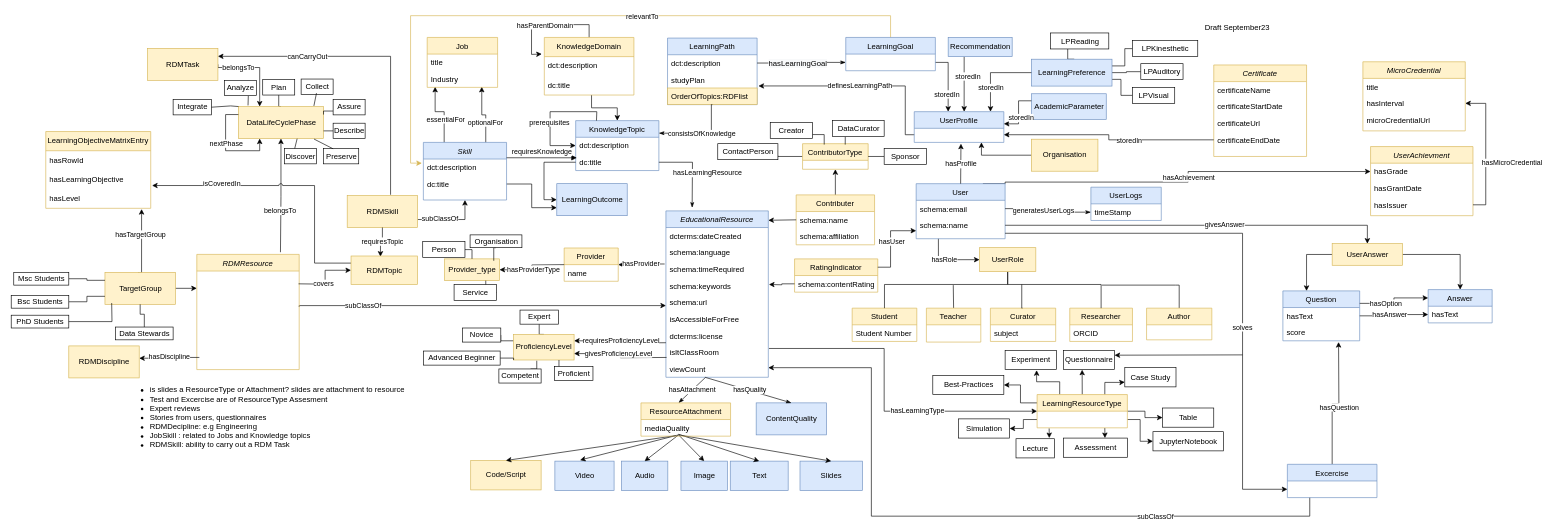
Earlier version of the draw.io diagram visualisations/Draft6Sept23.drawio (data-literacy-alliance/dalia-ontology). Source tidied: cells renumbered, new cells numbered last; positions are measured from the earlier drawing's top-left corner, leaving out a move shared by most shapes. Both pictures are drawn from the tidied source at 64%, with x=0, y=0 at pixel (11, 15).
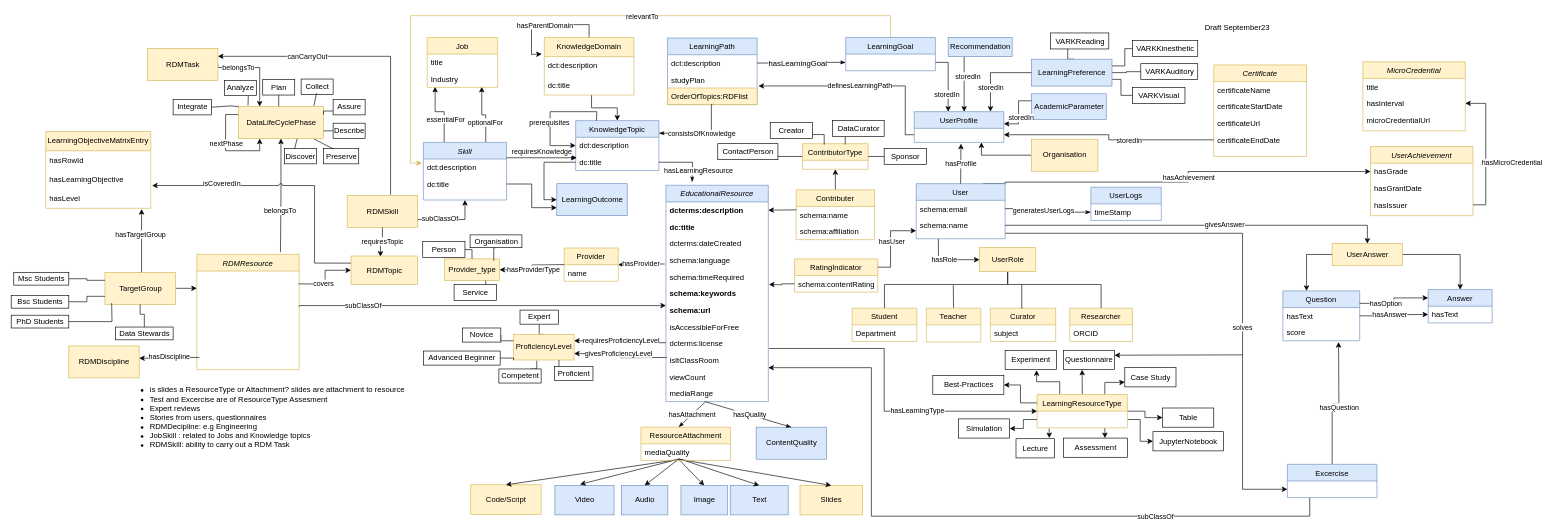
The same diagram, later.

Unchanged cells that the change refers to:
```xml
<mxCell id="12" value="Student" style="swimlane;fontStyle=0;align=center;verticalAlign=top;horizontal=1;startSize=26;rounded=0;shadow=0;strokeWidth=1;fillColor=#fff2cc;strokeColor=#d6b656;" parent="1" vertex="1">
  <mxGeometry x="1314" y="457" width="101" height="52" as="geometry" />
</mxCell>
<mxCell id="39" value="schema:name" style="text;strokeColor=none;fillColor=none;align=left;verticalAlign=top;spacingLeft=4;spacingRight=4;overflow=hidden;points=[[0,0.5],[1,0.5]];portConstraint=eastwest;" parent="38" vertex="1">
  <mxGeometry y="26" width="122.5" height="26" as="geometry" />
</mxCell>
<mxCell id="58" value="dc:title" style="text;strokeColor=none;fillColor=none;align=left;verticalAlign=top;spacingLeft=4;spacingRight=4;overflow=hidden;points=[[0,0.5],[1,0.5]];portConstraint=eastwest;" parent="56" vertex="1">
  <mxGeometry y="52" width="130" height="26" as="geometry" />
</mxCell>
```

Diff of the diagram source:
```diff
@@
-    <mxCell id="13" value="Student Number" style="text;align=left;verticalAlign=top;spacingLeft=4;spacingRight=4;overflow=hidden;" parent="12" vertex="1">
+    <mxCell id="13" value="Department" style="text;align=left;verticalAlign=top;spacingLeft=4;spacingRight=4;overflow=hidden;" parent="12" vertex="1">
       <mxGeometry y="26" width="101" height="26" as="geometry" />
     </mxCell>
@@
     <mxCell id="27" value="EducationalResource" style="swimlane;fontStyle=2;align=center;verticalAlign=top;horizontal=1;startSize=26;rounded=0;shadow=0;strokeWidth=1;fillColor=#dae8fc;strokeColor=#6c8ebf;" parent="1" vertex="1">
-      <mxGeometry x="1023" y="305" width="160" height="260" as="geometry" />
+      <mxGeometry x="1023" y="265" width="160" height="338" as="geometry" />
     </mxCell>
+    <mxCell id="285" value="dcterms:description" style="text;align=left;verticalAlign=top;spacingLeft=4;spacingRight=4;overflow=hidden;points=[[0,0.5],[1,0.5]];portConstraint=eastwest;rounded=0;shadow=0;html=0;fontStyle=1;" parent="27" vertex="1">
+      <mxGeometry y="26" width="160" height="26" as="geometry" />
+    </mxCell>
+    <mxCell id="286" value="dc:title" style="text;align=left;verticalAlign=top;spacingLeft=4;spacingRight=4;overflow=hidden;rounded=0;shadow=0;html=0;fontStyle=1;" parent="27" vertex="1">
+      <mxGeometry y="52" width="160" height="26" as="geometry" />
+    </mxCell>
     <mxCell id="28" value="dcterms:dateCreated" style="text;align=left;verticalAlign=top;spacingLeft=4;spacingRight=4;overflow=hidden;rounded=0;shadow=0;html=0;" parent="27" vertex="1">
-      <mxGeometry y="26" width="160" height="26" as="geometry" />
+      <mxGeometry y="78" width="160" height="26" as="geometry" />
     </mxCell>
     <mxCell id="29" value="schema:language" style="text;align=left;verticalAlign=top;spacingLeft=4;spacingRight=4;overflow=hidden;rounded=0;shadow=0;html=0;" parent="27" vertex="1">
-      <mxGeometry y="52" width="160" height="26" as="geometry" />
+      <mxGeometry y="104" width="160" height="26" as="geometry" />
     </mxCell>
     <mxCell id="30" value="schema:timeRequired" style="text;align=left;verticalAlign=top;spacingLeft=4;spacingRight=4;overflow=hidden;rounded=0;shadow=0;html=0;" parent="27" vertex="1">
-      <mxGeometry y="78" width="160" height="26" as="geometry" />
+      <mxGeometry y="130" width="160" height="26" as="geometry" />
     </mxCell>
-    <mxCell id="31" value="schema:keywords" style="text;align=left;verticalAlign=top;spacingLeft=4;spacingRight=4;overflow=hidden;rounded=0;shadow=0;html=0;" parent="27" vertex="1">
-      <mxGeometry y="104" width="160" height="26" as="geometry" />
+    <mxCell id="31" value="schema:keywords" style="text;align=left;verticalAlign=top;spacingLeft=4;spacingRight=4;overflow=hidden;rounded=0;shadow=0;html=0;fontStyle=1;" parent="27" vertex="1">
+      <mxGeometry y="156" width="160" height="26" as="geometry" />
     </mxCell>
-    <mxCell id="32" value="schema:url" style="text;align=left;verticalAlign=top;spacingLeft=4;spacingRight=4;overflow=hidden;rounded=0;shadow=0;html=0;" parent="27" vertex="1">
-      <mxGeometry y="130" width="160" height="26" as="geometry" />
+    <mxCell id="32" value="schema:url" style="text;align=left;verticalAlign=top;spacingLeft=4;spacingRight=4;overflow=hidden;rounded=0;shadow=0;html=0;fontStyle=1;" parent="27" vertex="1">
+      <mxGeometry y="182" width="160" height="26" as="geometry" />
     </mxCell>
     <mxCell id="33" value="isAccessibleForFree" style="text;align=left;verticalAlign=top;spacingLeft=4;spacingRight=4;overflow=hidden;rounded=0;shadow=0;html=0;" parent="27" vertex="1">
-      <mxGeometry y="156" width="160" height="26" as="geometry" />
+      <mxGeometry y="208" width="160" height="26" as="geometry" />
     </mxCell>
     <mxCell id="34" value="dcterms:license" style="text;align=left;verticalAlign=top;spacingLeft=4;spacingRight=4;overflow=hidden;rounded=0;shadow=0;html=0;" parent="27" vertex="1">
-      <mxGeometry y="182" width="160" height="26" as="geometry" />
+      <mxGeometry y="234" width="160" height="26" as="geometry" />
     </mxCell>
     <mxCell id="35" value="isItClassRoom" style="text;align=left;verticalAlign=top;spacingLeft=4;spacingRight=4;overflow=hidden;rounded=0;shadow=0;html=0;" parent="27" vertex="1">
-      <mxGeometry y="208" width="160" height="26" as="geometry" />
+      <mxGeometry y="260" width="160" height="26" as="geometry" />
     </mxCell>
     <mxCell id="36" value="viewCount" style="text;align=left;verticalAlign=top;spacingLeft=4;spacingRight=4;overflow=hidden;rounded=0;shadow=0;html=0;" parent="27" vertex="1">
-      <mxGeometry y="234" width="160" height="26" as="geometry" />
+      <mxGeometry y="286" width="160" height="26" as="geometry" />
     </mxCell>
+    <mxCell id="287" value="mediaRange" style="text;align=left;verticalAlign=top;spacingLeft=4;spacingRight=4;overflow=hidden;rounded=0;shadow=0;html=0;" parent="27" vertex="1">
+      <mxGeometry y="312" width="160" height="26" as="geometry" />
+    </mxCell>
@@
     <mxCell id="38" value="Contributer" style="swimlane;fontStyle=0;horizontal=1;startSize=26;fillColor=#fff2cc;strokeColor=#d6b656;" parent="1" vertex="1">
-      <mxGeometry x="1226.5" y="280" width="122.5" height="78" as="geometry" />
+      <mxGeometry x="1226.5" y="272" width="122.5" height="78" as="geometry" />
     </mxCell>
@@
     <mxCell id="41" value="Video" style="html=1;fillColor=#dae8fc;strokeColor=#6c8ebf;" parent="1" vertex="1">
-      <mxGeometry x="849.5" y="696" width="92.5" height="46" as="geometry" />
+      <mxGeometry x="849.5" y="734" width="92.5" height="46" as="geometry" />
     </mxCell>
     <mxCell id="42" value="Audio" style="html=1;fillColor=#dae8fc;strokeColor=#6c8ebf;" parent="1" vertex="1">
-      <mxGeometry x="953.5" y="696" width="72.5" height="46" as="geometry" />
+      <mxGeometry x="953.5" y="734" width="72.5" height="46" as="geometry" />
     </mxCell>
     <mxCell id="43" value="hasAttachment" style="endArrow=classicThin;endSize=6;endFill=1;html=1;rounded=0;entryX=0.5;entryY=0;entryDx=0;entryDy=0;" parent="1" edge="1">
       <mxGeometry relative="1" as="geometry">
-        <mxPoint x="1084" y="566" as="sourcePoint" />
-        <mxPoint x="1042.8" y="605" as="targetPoint" />
+        <mxPoint x="1084" y="604" as="sourcePoint" />
+        <mxPoint x="1042.8" y="643" as="targetPoint" />
       </mxGeometry>
     </mxCell>
     <mxCell id="44" style="endArrow=classic;html=1;rounded=0;entryX=0.5;entryY=0;entryDx=0;entryDy=0;exitX=0.5;exitY=1;exitDx=0;exitDy=0;" parent="1" edge="1" target="42">
       <mxGeometry relative="1" as="geometry">
-        <mxPoint x="1042.8" y="655" as="sourcePoint" />
+        <mxPoint x="1042.8" y="693" as="sourcePoint" />
       </mxGeometry>
     </mxCell>
     <mxCell id="45" value="Image" style="html=1;fillColor=#dae8fc;strokeColor=#6c8ebf;" parent="1" vertex="1">
-      <mxGeometry x="1046.5" y="696" width="72.5" height="46" as="geometry" />
+      <mxGeometry x="1046.5" y="734" width="72.5" height="46" as="geometry" />
     </mxCell>
     <mxCell id="46" style="endArrow=classic;html=1;rounded=0;entryX=0.5;entryY=0;entryDx=0;entryDy=0;exitX=0.5;exitY=1;exitDx=0;exitDy=0;" parent="1" edge="1" target="45">
       <mxGeometry relative="1" as="geometry">
-        <mxPoint x="1042.8" y="655" as="sourcePoint" />
+        <mxPoint x="1042.8" y="693" as="sourcePoint" />
       </mxGeometry>
     </mxCell>
     <mxCell id="47" style="endArrow=classic;html=1;rounded=0;entryX=0.425;entryY=-0.036;entryDx=0;entryDy=0;entryPerimeter=0;exitX=0.5;exitY=1;exitDx=0;exitDy=0;" parent="1" edge="1" target="41">
       <mxGeometry relative="1" as="geometry">
-        <mxPoint x="1042.8" y="655" as="sourcePoint" />
+        <mxPoint x="1042.8" y="693" as="sourcePoint" />
       </mxGeometry>
     </mxCell>
-    <mxCell id="48" value="Slides" style="html=1;fillColor=#dae8fc;strokeColor=#6c8ebf;" parent="1" vertex="1">
-      <mxGeometry x="1232.5" y="696" width="97.5" height="46" as="geometry" />
+    <mxCell id="48" value="Slides" style="html=1;fillColor=#fff2cc;strokeColor=#d6b656;" parent="1" vertex="1">
+      <mxGeometry x="1232.5" y="734" width="97.5" height="46" as="geometry" />
     </mxCell>
     <mxCell id="49" style="endArrow=classic;html=1;rounded=0;entryX=0.5;entryY=0;entryDx=0;entryDy=0;exitX=0.5;exitY=1;exitDx=0;exitDy=0;" parent="1" edge="1" target="48">
       <mxGeometry relative="1" as="geometry">
-        <mxPoint x="1042.8" y="655" as="sourcePoint" />
+        <mxPoint x="1042.8" y="693" as="sourcePoint" />
       </mxGeometry>
     </mxCell>
@@
     <mxCell id="61" value="ContentQuality" style="html=1;fillColor=#dae8fc;strokeColor=#6c8ebf;" parent="1" vertex="1">
-      <mxGeometry x="1164" y="605" width="110" height="50" as="geometry" />
+      <mxGeometry x="1164" y="643" width="110" height="50" as="geometry" />
     </mxCell>
     <mxCell id="62" value="hasQuality" style="endArrow=classicThin;endSize=6;endFill=1;html=1;rounded=0;entryX=0.5;entryY=0;entryDx=0;entryDy=0;" parent="1" edge="1" target="61">
       <mxGeometry x="0.03" y="1" relative="1" as="geometry">
-        <mxPoint x="1084" y="565" as="sourcePoint" />
+        <mxPoint x="1084" y="603" as="sourcePoint" />
       </mxGeometry>
     </mxCell>
     <mxCell id="63" style="edgeStyle=orthogonalEdgeStyle;rounded=0;jettySize=auto;html=1;exitX=1;exitY=0.5;exitDx=0;exitDy=0;endArrow=classicThin;endFill=1;endSize=6;" parent="1" edge="1" source="58">
       <mxGeometry relative="1" as="geometry">
-        <mxPoint x="1064" y="300" as="targetPoint" />
+        <mxPoint x="1064" y="260" as="targetPoint" />
       </mxGeometry>
     </mxCell>
@@
     <mxCell id="87" value="Code/Script" style="html=1;fillColor=#fff2cc;strokeColor=#d6b656;" parent="1" vertex="1">
-      <mxGeometry x="718" y="695" width="110" height="46" as="geometry" />
+      <mxGeometry x="718" y="733" width="110" height="46" as="geometry" />
     </mxCell>
@@
-    <mxCell id="91" style="edgeStyle=orthogonalEdgeStyle;rounded=0;jettySize=auto;html=1;exitX=0.5;exitY=0;exitDx=0;exitDy=0;endArrow=none;endFill=0;" parent="1" edge="1" source="92">
-      <mxGeometry relative="1" as="geometry">
-        <mxPoint x="1704" y="421" as="targetPoint" />
-        <Array as="points">
-          <mxPoint x="1819" y="421" />
-          <mxPoint x="1701" y="421" />
-        </Array>
-      </mxGeometry>
-    </mxCell>
-    <mxCell id="92" value="Author" style="swimlane;fontStyle=0;align=center;verticalAlign=top;horizontal=1;startSize=26;rounded=0;shadow=0;strokeWidth=1;fillColor=#fff2cc;strokeColor=#d6b656;" parent="1" vertex="1">
-      <mxGeometry x="1774" y="457" width="102" height="49.5" as="geometry" />
-    </mxCell>
@@
     <mxCell id="122" value="Text" style="html=1;fillColor=#dae8fc;strokeColor=#6c8ebf;" parent="1" vertex="1">
-      <mxGeometry x="1123.5" y="696" width="90.5" height="46" as="geometry" />
+      <mxGeometry x="1123.5" y="734" width="90.5" height="46" as="geometry" />
     </mxCell>
     <mxCell id="123" style="endArrow=classic;html=1;rounded=0;entryX=0.5;entryY=0;entryDx=0;entryDy=0;exitX=0.5;exitY=1;exitDx=0;exitDy=0;" parent="1" edge="1" target="122">
       <mxGeometry relative="1" as="geometry">
-        <mxPoint x="1042.8" y="654" as="sourcePoint" />
+        <mxPoint x="1042.8" y="692" as="sourcePoint" />
       </mxGeometry>
     </mxCell>
@@
-    <mxCell id="128" style="edgeStyle=orthogonalEdgeStyle;rounded=0;jumpStyle=arc;jettySize=auto;html=1;exitX=0;exitY=0.5;exitDx=0;exitDy=0;entryX=1;entryY=0.057;entryDx=0;entryDy=0;entryPerimeter=0;" parent="1" edge="1" source="39" target="27">
+    <mxCell id="128" style="edgeStyle=orthogonalEdgeStyle;rounded=0;jumpStyle=arc;jettySize=auto;html=1;entryX=1;entryY=0.5;entryDx=0;entryDy=0;exitX=0.004;exitY=0.208;exitDx=0;exitDy=0;exitPerimeter=0;" parent="1" edge="1" source="39" target="285">
       <mxGeometry relative="1" as="geometry" />
     </mxCell>
@@
     <mxCell id="156" value="ResourceAttachment" style="swimlane;fontStyle=0;horizontal=1;startSize=26;fillColor=#fff2cc;strokeColor=#d6b656;" parent="1" vertex="1">
-      <mxGeometry x="984" y="605" width="140" height="52" as="geometry" />
+      <mxGeometry x="984" y="643" width="140" height="52" as="geometry" />
     </mxCell>
@@
-    <mxCell id="262" value="UserAchievment" style="swimlane;fontStyle=2;align=center;verticalAlign=top;horizontal=1;startSize=26;rounded=0;shadow=0;strokeWidth=1;fillColor=#fff2cc;strokeColor=#d6b656;" parent="1" vertex="1">
+    <mxCell id="262" value="UserAchievement" style="swimlane;fontStyle=2;align=center;verticalAlign=top;horizontal=1;startSize=26;rounded=0;shadow=0;strokeWidth=1;fillColor=#fff2cc;strokeColor=#d6b656;" parent="1" vertex="1">
       <mxGeometry x="2124" y="204.5" width="160" height="108" as="geometry" />
     </mxCell>
@@
-    <mxCell id="281" value="LPVisual" style="html=1;" parent="1" vertex="1">
-      <mxGeometry x="1752" y="112" width="66" height="25" as="geometry" />
+    <mxCell id="281" value="VARKVisual" style="html=1;" parent="1" vertex="1">
+      <mxGeometry x="1752" y="112" width="82" height="25" as="geometry" />
     </mxCell>
-    <mxCell id="282" value="LPAuditory" style="html=1;" parent="1" vertex="1">
-      <mxGeometry x="1765" y="75" width="66" height="25" as="geometry" />
+    <mxCell id="282" value="VARKAuditory" style="html=1;" parent="1" vertex="1">
+      <mxGeometry x="1765" y="75" width="89" height="25" as="geometry" />
     </mxCell>
-    <mxCell id="283" value="LPKinesthetic" style="html=1;" parent="1" vertex="1">
+    <mxCell id="283" value="VARKKinesthetic" style="html=1;" parent="1" vertex="1">
       <mxGeometry x="1752" y="39" width="102" height="25" as="geometry" />
     </mxCell>
-    <mxCell id="284" value="LPReading" style="html=1;" parent="1" vertex="1">
+    <mxCell id="284" value="VARKReading" style="html=1;" parent="1" vertex="1">
       <mxGeometry x="1624" y="27" width="91" height="25" as="geometry" />
     </mxCell>
```
